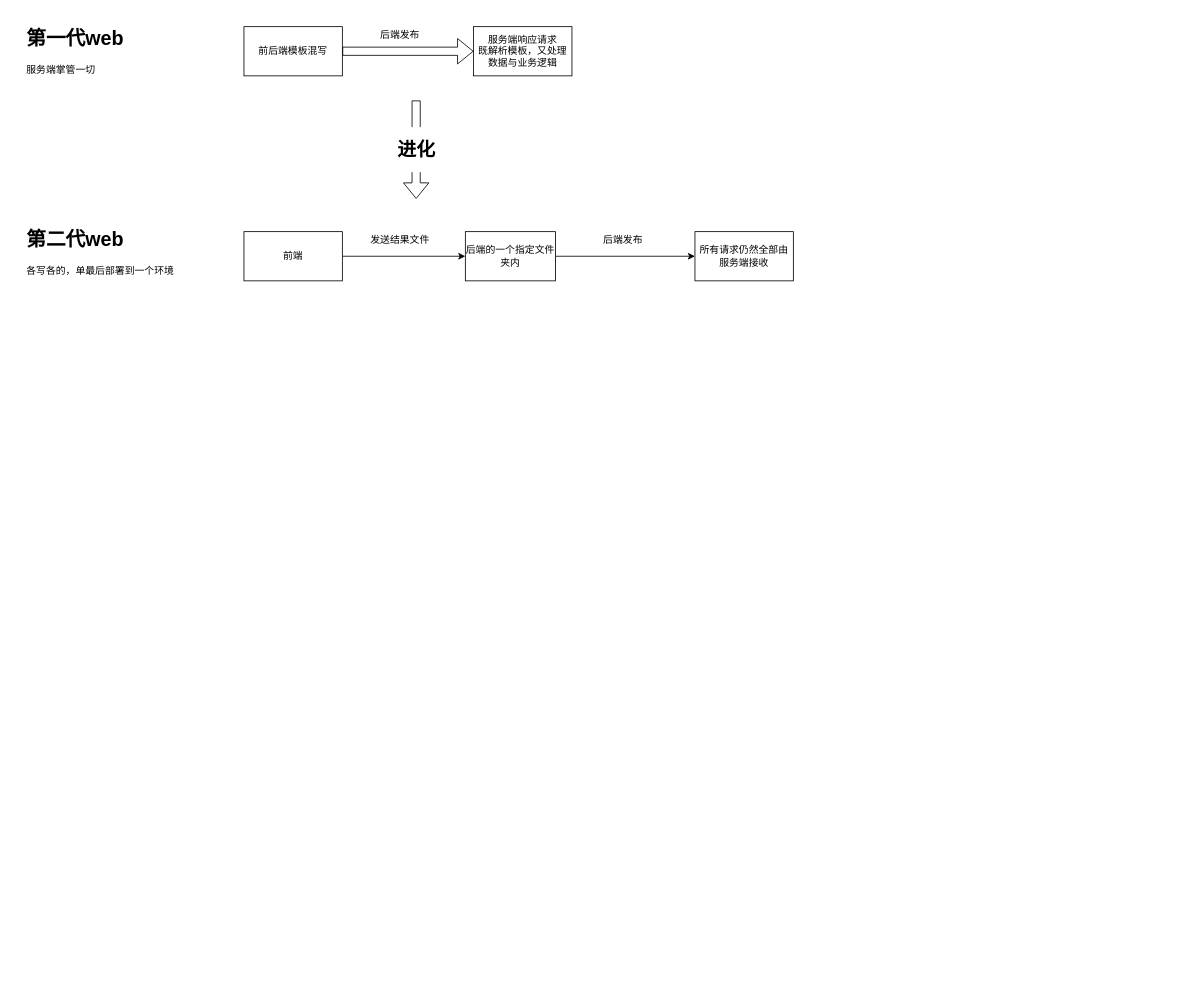
Above: front-publish/Untitled Diagram.drawio in superwf/diagram (draw.io), before the change. Source tidied: cells renumbered, new cells numbered last; positions are measured from the earlier drawing's top-left corner, leaving out a move shared by most shapes. Both pictures are drawn from the tidied source at 82%, with x=0, y=0 at pixel (22, 22).
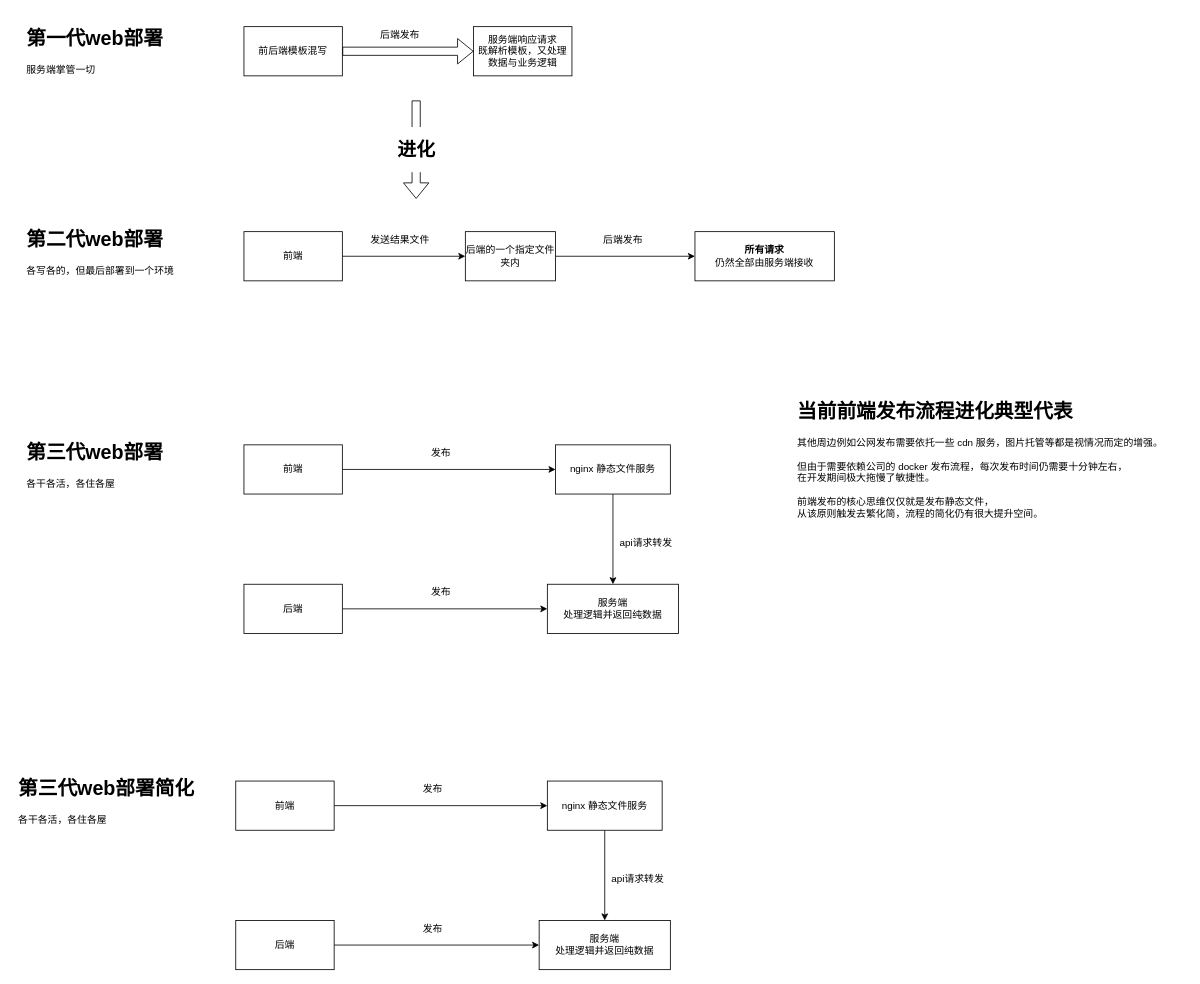
After the change.

Diff of the diagram source:
```diff
@@
-    <mxCell id="9" value="所有请求仍然全部由服务端接收" style="rounded=0;whiteSpace=wrap;html=1;" parent="1" vertex="1">
-      <mxGeometry x="820" y="255" width="120" height="60" as="geometry" />
+    <mxCell id="9" value="&lt;b&gt;所有请求&lt;br&gt;&lt;/b&gt;仍然全部由服务端接收" style="rounded=0;whiteSpace=wrap;html=1;" parent="1" vertex="1">
+      <mxGeometry x="820" y="255" width="170" height="60" as="geometry" />
     </mxCell>
@@
-    <mxCell id="11" value="&lt;h1&gt;第一代web&lt;/h1&gt;&lt;div&gt;服务端掌管一切&lt;/div&gt;" style="text;html=1;strokeColor=none;fillColor=none;spacing=5;spacingTop=-20;whiteSpace=wrap;overflow=hidden;rounded=0;" parent="1" vertex="1">
-      <mxGeometry width="140" height="70" as="geometry" />
+    <mxCell id="11" value="&lt;h1&gt;第一代web部署&lt;/h1&gt;&lt;div&gt;服务端掌管一切&lt;/div&gt;" style="text;html=1;strokeColor=none;fillColor=none;spacing=5;spacingTop=-20;whiteSpace=wrap;overflow=hidden;rounded=0;" parent="1" vertex="1">
+      <mxGeometry width="190" height="70" as="geometry" />
     </mxCell>
-    <mxCell id="12" value="&lt;h1&gt;第二代web&lt;/h1&gt;&lt;div&gt;各写各的，单最后部署到&lt;span&gt;一个环境&lt;/span&gt;&lt;/div&gt;" style="text;html=1;strokeColor=none;fillColor=none;spacing=5;spacingTop=-20;whiteSpace=wrap;overflow=hidden;rounded=0;" parent="1" vertex="1">
+    <mxCell id="12" value="&lt;h1&gt;第二代web部署&lt;/h1&gt;&lt;div&gt;各写各的，但最后部署到&lt;span&gt;一个环境&lt;/span&gt;&lt;/div&gt;" style="text;html=1;strokeColor=none;fillColor=none;spacing=5;spacingTop=-20;whiteSpace=wrap;overflow=hidden;rounded=0;" parent="1" vertex="1">
       <mxGeometry y="245" width="190" height="90" as="geometry" />
     </mxCell>
@@
+    <mxCell id="16" style="edgeStyle=orthogonalEdgeStyle;rounded=0;jettySize=auto;html=1;" parent="1" edge="1" source="17" target="22">
+      <mxGeometry relative="1" as="geometry" />
+    </mxCell>
+    <mxCell id="17" value="前端" style="rounded=0;whiteSpace=wrap;html=1;" parent="1" vertex="1">
+      <mxGeometry x="270" y="515" width="120" height="60" as="geometry" />
+    </mxCell>
+    <mxCell id="18" value="服务端&lt;br&gt;处理逻辑并返回纯数据" style="rounded=0;whiteSpace=wrap;html=1;" parent="1" vertex="1">
+      <mxGeometry x="640" y="685" width="160" height="60" as="geometry" />
+    </mxCell>
+    <mxCell id="19" value="发布" style="text;html=1;align=center;verticalAlign=middle;" parent="1" vertex="1">
+      <mxGeometry x="490" y="515" width="40" height="20" as="geometry" />
+    </mxCell>
+    <mxCell id="20" value="&lt;h1&gt;第三代web部署&lt;/h1&gt;&lt;div&gt;各干各活，各住各屋&lt;/div&gt;" style="text;html=1;strokeColor=none;fillColor=none;spacing=5;spacingTop=-20;whiteSpace=wrap;overflow=hidden;rounded=0;" parent="1" vertex="1">
+      <mxGeometry y="505" width="190" height="90" as="geometry" />
+    </mxCell>
+    <mxCell id="21" style="edgeStyle=orthogonalEdgeStyle;rounded=0;jettySize=auto;html=1;exitX=0.5;exitY=1;exitDx=0;exitDy=0;" parent="1" edge="1" source="22" target="18">
+      <mxGeometry relative="1" as="geometry" />
+    </mxCell>
+    <mxCell id="22" value="&lt;span&gt;nginx 静态文件服务&lt;/span&gt;" style="rounded=0;whiteSpace=wrap;html=1;" parent="1" vertex="1">
+      <mxGeometry x="650" y="515" width="140" height="60" as="geometry" />
+    </mxCell>
+    <mxCell id="23" value="api请求转发" style="text;html=1;align=center;verticalAlign=middle;strokeColor=none;fillColor=none;" parent="1" vertex="1">
+      <mxGeometry x="720" y="625" width="80" height="20" as="geometry" />
+    </mxCell>
+    <mxCell id="24" style="edgeStyle=orthogonalEdgeStyle;rounded=0;jettySize=auto;html=1;entryX=0;entryY=0.5;entryDx=0;entryDy=0;" parent="1" edge="1" source="25" target="18">
+      <mxGeometry relative="1" as="geometry" />
+    </mxCell>
+    <mxCell id="25" value="后端" style="rounded=0;whiteSpace=wrap;html=1;" parent="1" vertex="1">
+      <mxGeometry x="270" y="685" width="120" height="60" as="geometry" />
+    </mxCell>
+    <mxCell id="26" value="发布" style="text;html=1;align=center;verticalAlign=middle;" parent="1" vertex="1">
+      <mxGeometry x="490" y="685" width="40" height="20" as="geometry" />
+    </mxCell>
+    <mxCell id="27" style="edgeStyle=orthogonalEdgeStyle;rounded=0;jettySize=auto;html=1;" parent="1" edge="1" source="28" target="33">
+      <mxGeometry relative="1" as="geometry" />
+    </mxCell>
+    <mxCell id="28" value="前端" style="rounded=0;whiteSpace=wrap;html=1;" parent="1" vertex="1">
+      <mxGeometry x="260" y="925" width="120" height="60" as="geometry" />
+    </mxCell>
+    <mxCell id="29" value="服务端&lt;br&gt;处理逻辑并返回纯数据" style="rounded=0;whiteSpace=wrap;html=1;" parent="1" vertex="1">
+      <mxGeometry x="630" y="1095" width="160" height="60" as="geometry" />
+    </mxCell>
+    <mxCell id="30" value="发布" style="text;html=1;align=center;verticalAlign=middle;" parent="1" vertex="1">
+      <mxGeometry x="480" y="925" width="40" height="20" as="geometry" />
+    </mxCell>
+    <mxCell id="31" value="&lt;h1&gt;第三代web部署简化&lt;/h1&gt;&lt;div&gt;各干各活，各住各屋&lt;/div&gt;" style="text;html=1;strokeColor=none;fillColor=none;spacing=5;spacingTop=-20;whiteSpace=wrap;overflow=hidden;rounded=0;" parent="1" vertex="1">
+      <mxGeometry x="-10" y="915" width="250" height="90" as="geometry" />
+    </mxCell>
+    <mxCell id="32" style="edgeStyle=orthogonalEdgeStyle;rounded=0;jettySize=auto;html=1;exitX=0.5;exitY=1;exitDx=0;exitDy=0;" parent="1" edge="1" source="33" target="29">
+      <mxGeometry relative="1" as="geometry" />
+    </mxCell>
+    <mxCell id="33" value="&lt;span&gt;nginx 静态文件服务&lt;/span&gt;" style="rounded=0;whiteSpace=wrap;html=1;" parent="1" vertex="1">
+      <mxGeometry x="640" y="925" width="140" height="60" as="geometry" />
+    </mxCell>
+    <mxCell id="34" value="api请求转发" style="text;html=1;align=center;verticalAlign=middle;strokeColor=none;fillColor=none;" parent="1" vertex="1">
+      <mxGeometry x="710" y="1035" width="80" height="20" as="geometry" />
+    </mxCell>
+    <mxCell id="35" style="edgeStyle=orthogonalEdgeStyle;rounded=0;jettySize=auto;html=1;entryX=0;entryY=0.5;entryDx=0;entryDy=0;" parent="1" edge="1" source="36" target="29">
+      <mxGeometry relative="1" as="geometry" />
+    </mxCell>
+    <mxCell id="36" value="后端" style="rounded=0;whiteSpace=wrap;html=1;" parent="1" vertex="1">
+      <mxGeometry x="260" y="1095" width="120" height="60" as="geometry" />
+    </mxCell>
+    <mxCell id="37" value="发布" style="text;html=1;align=center;verticalAlign=middle;" parent="1" vertex="1">
+      <mxGeometry x="480" y="1095" width="40" height="20" as="geometry" />
+    </mxCell>
+    <mxCell id="38" value="&lt;h1&gt;当前前端发布流程进化典型代表&lt;/h1&gt;&lt;div&gt;其他周边例如公网发布需要依托一些 cdn 服务，图片托管等都是视情况而定的增强。&lt;/div&gt;&lt;div&gt;&lt;br&gt;&lt;/div&gt;&lt;div&gt;但由于需要依赖公司的 docker 发布流程，每次发布时间仍需要十分钟左右，&lt;/div&gt;&lt;div&gt;在开发期间极大拖慢了敏捷性。&lt;/div&gt;&lt;div&gt;&lt;br&gt;&lt;/div&gt;&lt;div&gt;前端发布的核心思维仅仅就是发布静态文件，&lt;br&gt;&lt;/div&gt;从该原则触发去繁化简，流程的简化仍有很大提升空间。" style="text;html=1;strokeColor=none;fillColor=none;spacing=5;spacingTop=-20;whiteSpace=wrap;overflow=hidden;rounded=0;" parent="1" vertex="1">
+      <mxGeometry x="940" y="455" width="480" height="265" as="geometry" />
+    </mxCell>
```
